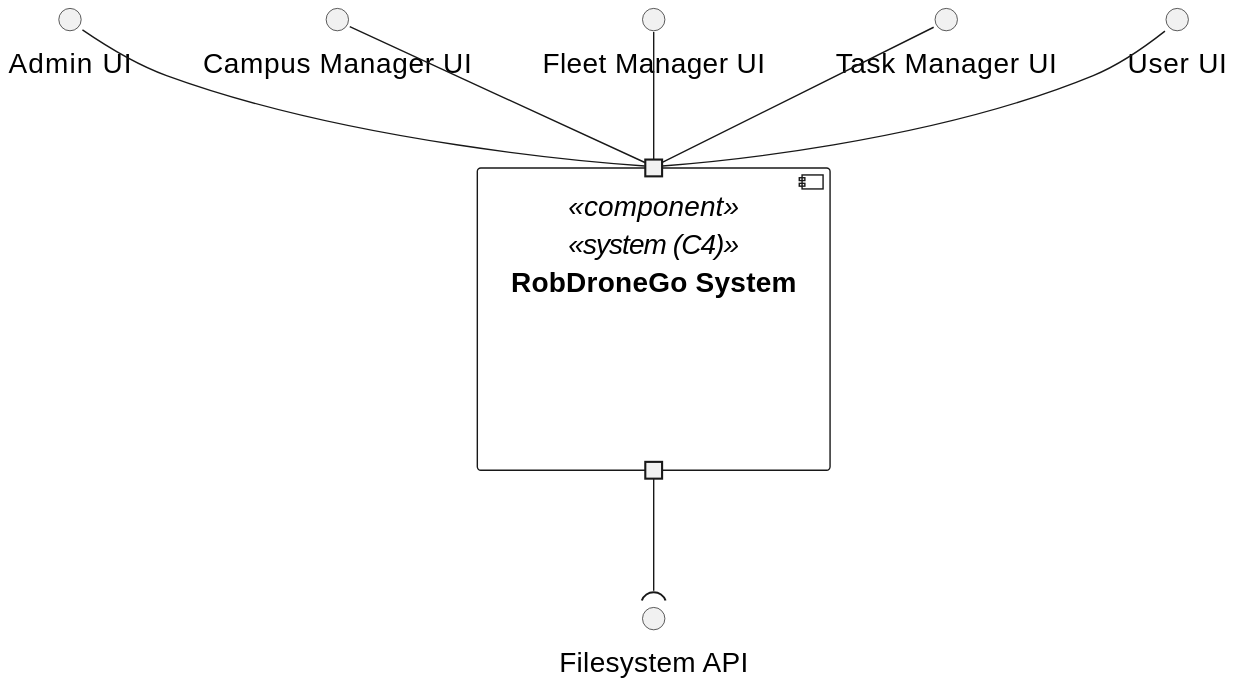
Before: _wiki/views/level-1/assets/logical-view.svg, a diagram exported from PlantUML (miseEnPlace-dev/lapr5).
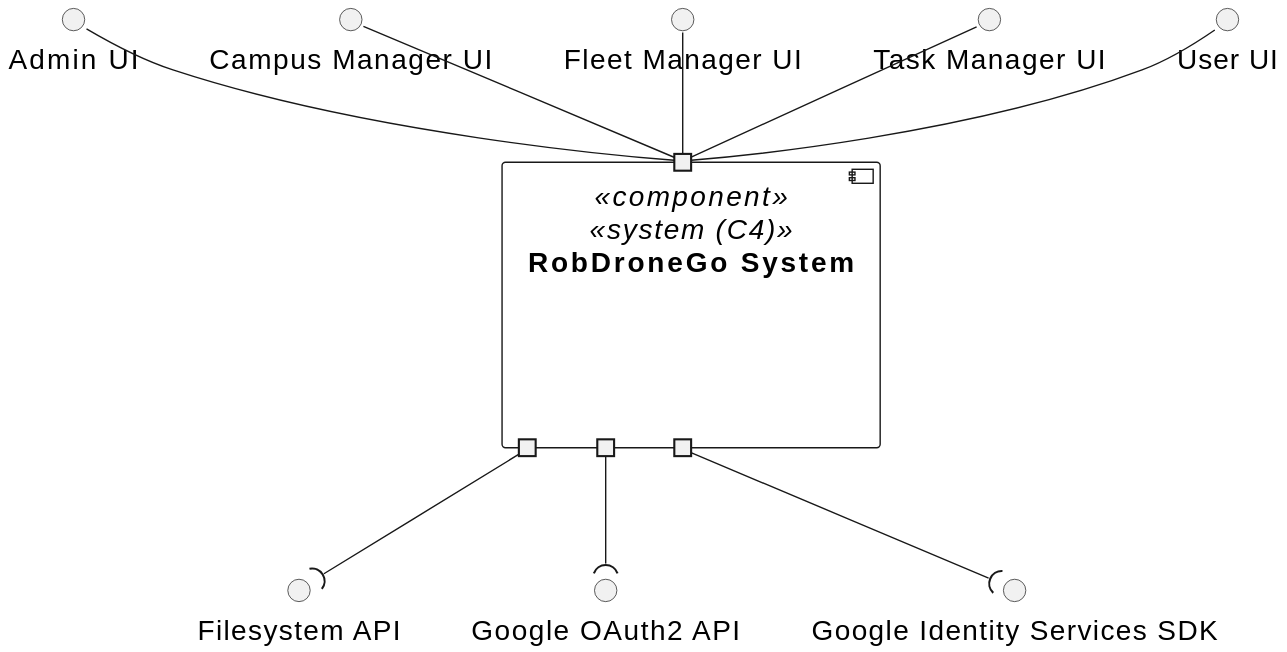
After the commit.

What changed in the source:
```diff
@@ -8,10 +8,14 @@
 interface "Task Manager UI" as TUI
 interface "User UI" as UUI
 interface "Filesystem API" as FS
+interface "Google OAuth2 API" as GA
+interface "Google Identity Services SDK" as GS
 
 component "RobDroneGo System" <<component>> <<system (C4)>> {
   portin " " as P1
   portout " " as P2
+  portout " " as P3
+  portout " " as P4
 }
 
 AUI -- P1
@@ -20,4 +24,6 @@
 TUI -- P1
 UUI -- P1
 P2 --( FS
+P3 --( GA
+P4 --( GS
 @enduml
```
